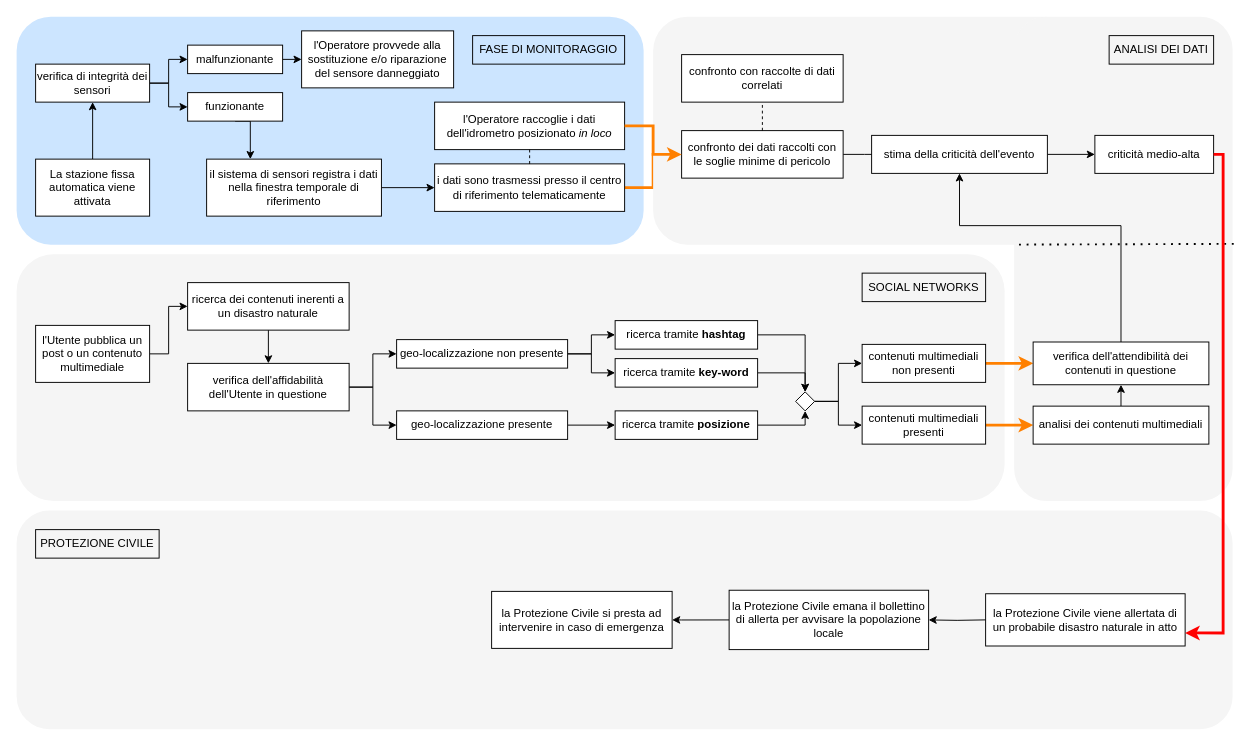
Before: page "monitoraggio tramite stazione fissa automatica" (2 of 2) of schemi ProgettoRIO.drawio in faffolao/ProgettoBD2022, a draw.io diagram. Source tidied: cells renumbered, new cells numbered last; positions are measured from the earlier drawing's top-left corner, leaving out a move shared by most shapes. Both pictures are drawn from the tidied source at 95%, with x=0, y=0 at pixel (16, 16).
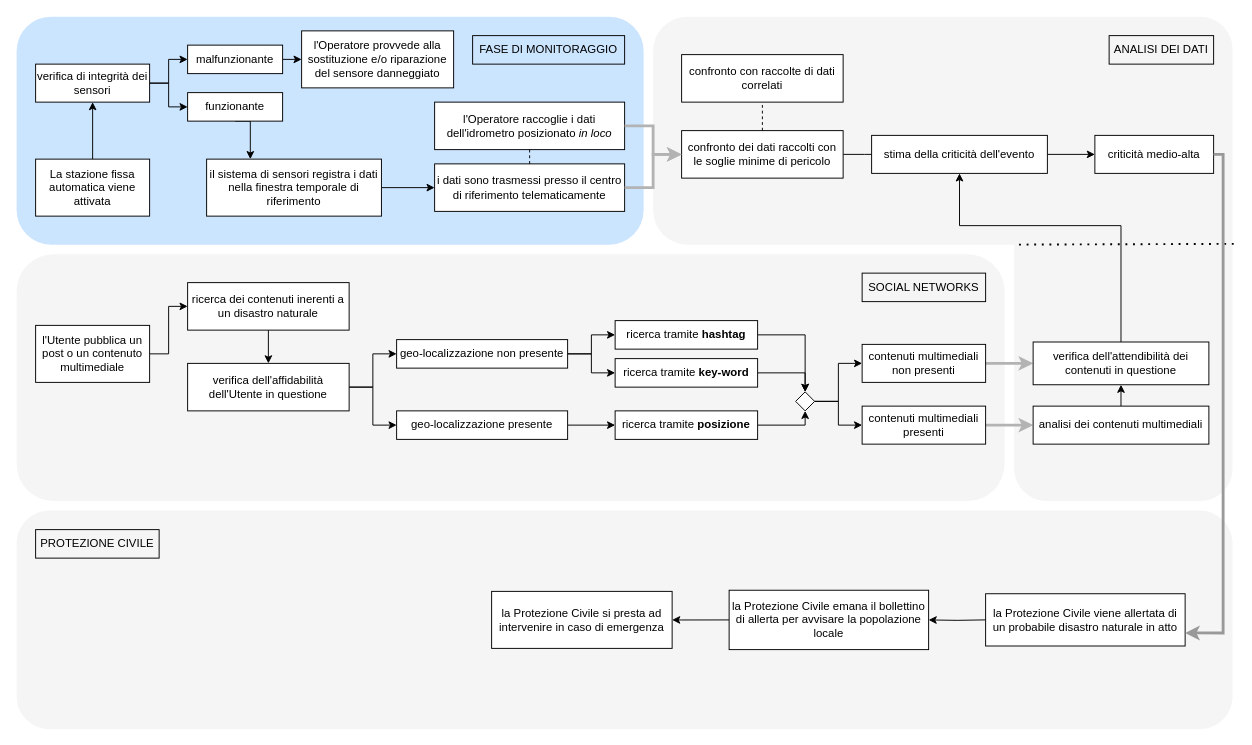
The same page after the edit.

Unchanged cells that the change refers to:
```xml
<mxCell id="8" value="i dati sono trasmessi presso il centro di riferimento telematicamente" style="rounded=0;whiteSpace=wrap;html=1;shadow=0;glass=0;fillStyle=auto;fillColor=default;gradientColor=none;" parent="1" vertex="1">
  <mxGeometry x="440" y="155" width="200" height="50" as="geometry" />
</mxCell>
<mxCell id="31" value="l'Operatore raccoglie i dati dell'idrometro posizionato&amp;nbsp;&lt;i&gt;in loco&lt;/i&gt;" style="rounded=0;whiteSpace=wrap;html=1;shadow=0;glass=0;fillStyle=auto;fillColor=default;gradientColor=none;" parent="1" vertex="1">
  <mxGeometry x="440" y="90" width="200" height="50" as="geometry" />
</mxCell>
<mxCell id="37" value="confronto dei dati raccolti con le soglie minime di pericolo" style="rounded=0;whiteSpace=wrap;html=1;shadow=0;glass=0;fillStyle=auto;fillColor=default;gradientColor=none;" parent="1" vertex="1">
  <mxGeometry x="700" y="120" width="170" height="50" as="geometry" />
</mxCell>
<mxCell id="38" value="la Protezione Civile viene allertata di un probabile disastro naturale in atto" style="rounded=0;whiteSpace=wrap;html=1;shadow=0;glass=0;fillStyle=auto;fillColor=default;gradientColor=none;" parent="1" vertex="1">
  <mxGeometry x="1020" y="607.5" width="210" height="55" as="geometry" />
</mxCell>
<mxCell id="56" value="contenuti multimediali non presenti" style="rounded=0;whiteSpace=wrap;html=1;shadow=0;glass=0;fillStyle=auto;fillColor=default;gradientColor=none;" parent="1" vertex="1">
  <mxGeometry x="890" y="345" width="130" height="40" as="geometry" />
</mxCell>
<mxCell id="58" value="contenuti multimediali presenti" style="rounded=0;whiteSpace=wrap;html=1;shadow=0;glass=0;fillStyle=auto;fillColor=default;gradientColor=none;" parent="1" vertex="1">
  <mxGeometry x="890" y="410" width="130" height="40" as="geometry" />
</mxCell>
<mxCell id="64" value="analisi dei contenuti multimediali" style="rounded=0;whiteSpace=wrap;html=1;shadow=0;glass=0;fillStyle=auto;fillColor=default;gradientColor=none;" parent="1" vertex="1">
  <mxGeometry x="1070" y="410" width="185" height="40" as="geometry" />
</mxCell>
<mxCell id="66" value="verifica dell'attendibilità dei contenuti in questione" style="rounded=0;whiteSpace=wrap;html=1;shadow=0;glass=0;fillStyle=auto;fillColor=default;gradientColor=none;" parent="1" vertex="1">
  <mxGeometry x="1070" y="342.5" width="185" height="45" as="geometry" />
</mxCell>
```

Change to the diagram source:
```diff
@@
-    <mxCell id="7" style="edgeStyle=orthogonalEdgeStyle;rounded=0;jettySize=auto;html=1;exitX=1;exitY=0.5;exitDx=0;exitDy=0;entryX=0;entryY=0.5;entryDx=0;entryDy=0;strokeColor=#FF8000;strokeWidth=3;" parent="1" edge="1" source="8" target="37">
-      <mxGeometry relative="1" as="geometry" />
-    </mxCell>
@@
-    <mxCell id="51" style="edgeStyle=orthogonalEdgeStyle;rounded=0;jettySize=auto;html=1;exitX=1;exitY=0.5;exitDx=0;exitDy=0;entryX=0;entryY=0.5;entryDx=0;entryDy=0;strokeColor=#FF8000;strokeWidth=3;" parent="1" edge="1" source="31" target="37">
+    <mxCell id="51" style="edgeStyle=orthogonalEdgeStyle;rounded=0;jettySize=auto;html=1;exitX=1;exitY=0.5;exitDx=0;exitDy=0;entryX=0;entryY=0.5;entryDx=0;entryDy=0;strokeColor=#B3B3B3;strokeWidth=3;" parent="1" edge="1" source="31" target="37">
       <mxGeometry relative="1" as="geometry" />
     </mxCell>
@@
-    <mxCell id="55" style="edgeStyle=orthogonalEdgeStyle;rounded=0;jettySize=auto;html=1;exitX=1;exitY=0.5;exitDx=0;exitDy=0;entryX=0;entryY=0.5;entryDx=0;entryDy=0;strokeColor=#FF8000;strokeWidth=3;" parent="1" edge="1" source="56" target="66">
+    <mxCell id="55" style="edgeStyle=orthogonalEdgeStyle;rounded=0;jettySize=auto;html=1;exitX=1;exitY=0.5;exitDx=0;exitDy=0;entryX=0;entryY=0.5;entryDx=0;entryDy=0;strokeColor=#B3B3B3;strokeWidth=3;" parent="1" edge="1" source="56" target="66">
       <mxGeometry relative="1" as="geometry">
         <Array as="points">
           <mxPoint x="1060" y="365" />
           <mxPoint x="1060" y="365" />
         </Array>
       </mxGeometry>
     </mxCell>
@@
-    <mxCell id="57" style="edgeStyle=orthogonalEdgeStyle;rounded=0;jettySize=auto;html=1;exitX=1;exitY=0.5;exitDx=0;exitDy=0;entryX=0;entryY=0.5;entryDx=0;entryDy=0;strokeColor=#FF8000;strokeWidth=3;" parent="1" edge="1" source="58" target="64">
+    <mxCell id="57" style="edgeStyle=orthogonalEdgeStyle;rounded=0;jettySize=auto;html=1;exitX=1;exitY=0.5;exitDx=0;exitDy=0;entryX=0;entryY=0.5;entryDx=0;entryDy=0;strokeColor=#B3B3B3;strokeWidth=3;" parent="1" edge="1" source="58" target="64">
       <mxGeometry relative="1" as="geometry">
         <Array as="points">
           <mxPoint x="1060" y="430" />
           <mxPoint x="1060" y="430" />
         </Array>
       </mxGeometry>
     </mxCell>
@@
-    <mxCell id="67" style="edgeStyle=orthogonalEdgeStyle;rounded=0;jettySize=auto;html=1;exitX=1;exitY=0.5;exitDx=0;exitDy=0;entryX=1;entryY=0.75;entryDx=0;entryDy=0;strokeColor=#FF0000;strokeWidth=3;" parent="1" edge="1" target="38">
+    <mxCell id="67" style="edgeStyle=orthogonalEdgeStyle;rounded=0;jettySize=auto;html=1;exitX=1;exitY=0.5;exitDx=0;exitDy=0;entryX=1;entryY=0.75;entryDx=0;entryDy=0;strokeColor=#999999;strokeWidth=3;" parent="1" edge="1" target="38">
       <mxGeometry relative="1" as="geometry">
         <mxPoint x="1260" y="145" as="sourcePoint" />
         <Array as="points">
           <mxPoint x="1270" y="145" />
           <mxPoint x="1270" y="649" />
         </Array>
       </mxGeometry>
     </mxCell>
@@
+    <mxCell id="7" style="edgeStyle=orthogonalEdgeStyle;rounded=0;jettySize=auto;html=1;exitX=1;exitY=0.5;exitDx=0;exitDy=0;entryX=0;entryY=0.5;entryDx=0;entryDy=0;strokeColor=#B3B3B3;strokeWidth=3;" parent="1" edge="1" source="8" target="37">
+      <mxGeometry relative="1" as="geometry" />
+    </mxCell>
```
